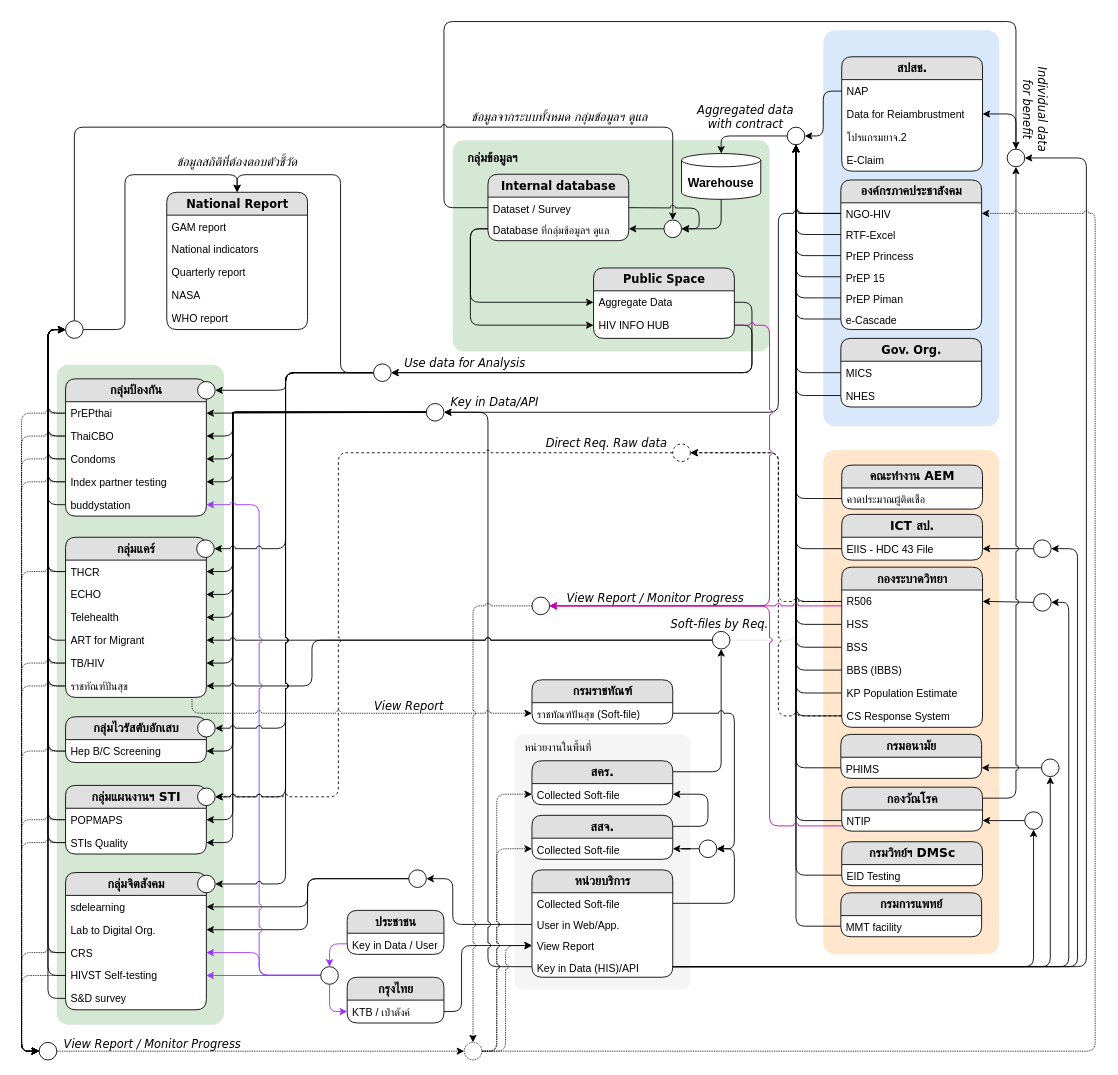
The draw.io diagram page "V3" (1 of 4) of DataSourceOVW.drawio in anun311/regist, before the edit. Source tidied: cells renumbered, new cells numbered last; positions are measured from the earlier drawing's top-left corner, leaving out a move shared by most shapes. Both pictures are drawn from the tidied source at 88%, with x=0, y=0 at pixel (39, 21).
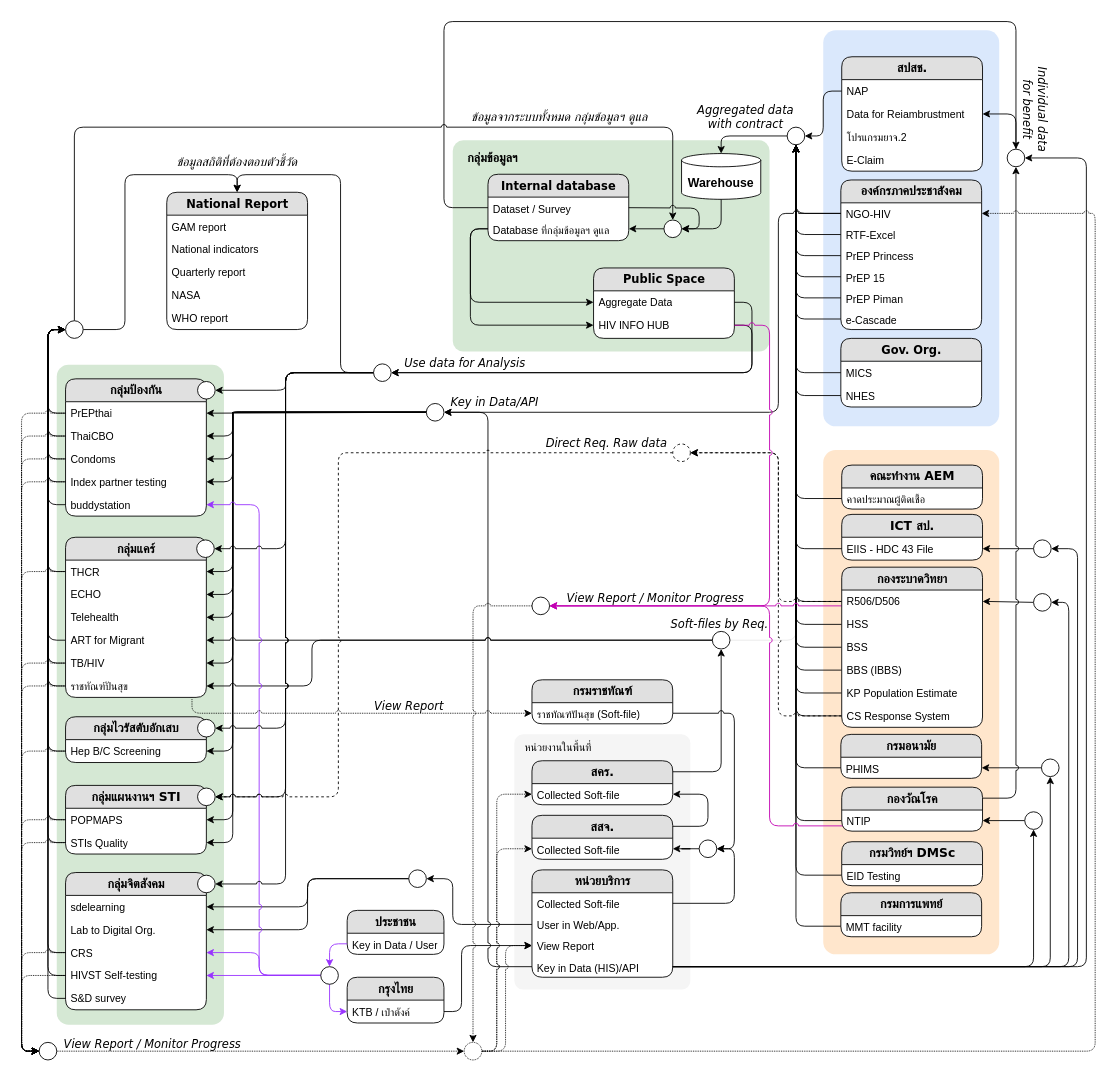
After the change.

Unchanged cells that the change refers to:
```xml
<mxCell id="230" value="&lt;div&gt;&lt;b&gt;&lt;font style=&quot;font-size: 14px;&quot;&gt;กองระบาดวิทยา&lt;/font&gt;&lt;/b&gt;&lt;/div&gt;" style="swimlane;html=1;fontStyle=0;horizontal=1;startSize=26;fillColor=#e0e0e0;swimlaneFillColor=#ffffff;align=center;rounded=1;shadow=0;comic=0;labelBackgroundColor=none;strokeWidth=1;fontFamily=Verdana;fontSize=12;" parent="1" vertex="1">
  <mxGeometry x="912" y="620" width="160" height="182" as="geometry" />
</mxCell>
```

What changed in the source:
```diff
@@
-    <mxCell id="231" value="R506" style="text;html=1;strokeColor=none;fillColor=none;spacingLeft=4;spacingRight=4;whiteSpace=wrap;overflow=hidden;points=[[0,0.5],[1,0.5]];portConstraint=eastwest;" parent="230" vertex="1">
+    <mxCell id="231" value="R506/D506" style="text;html=1;strokeColor=none;fillColor=none;spacingLeft=4;spacingRight=4;whiteSpace=wrap;overflow=hidden;points=[[0,0.5],[1,0.5]];portConstraint=eastwest;" parent="230" vertex="1">
       <mxGeometry y="26" width="160" height="26" as="geometry" />
     </mxCell>
```
